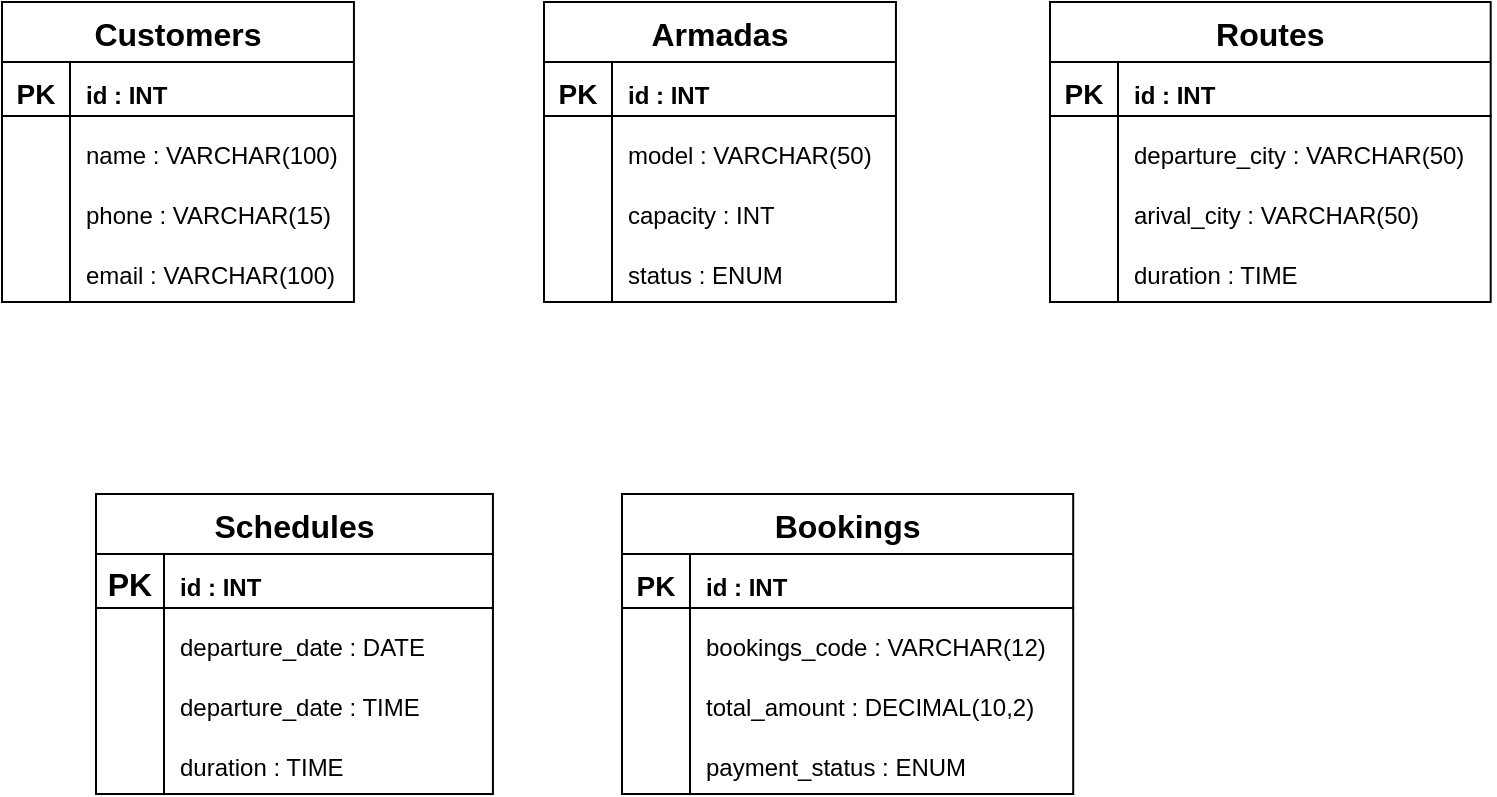
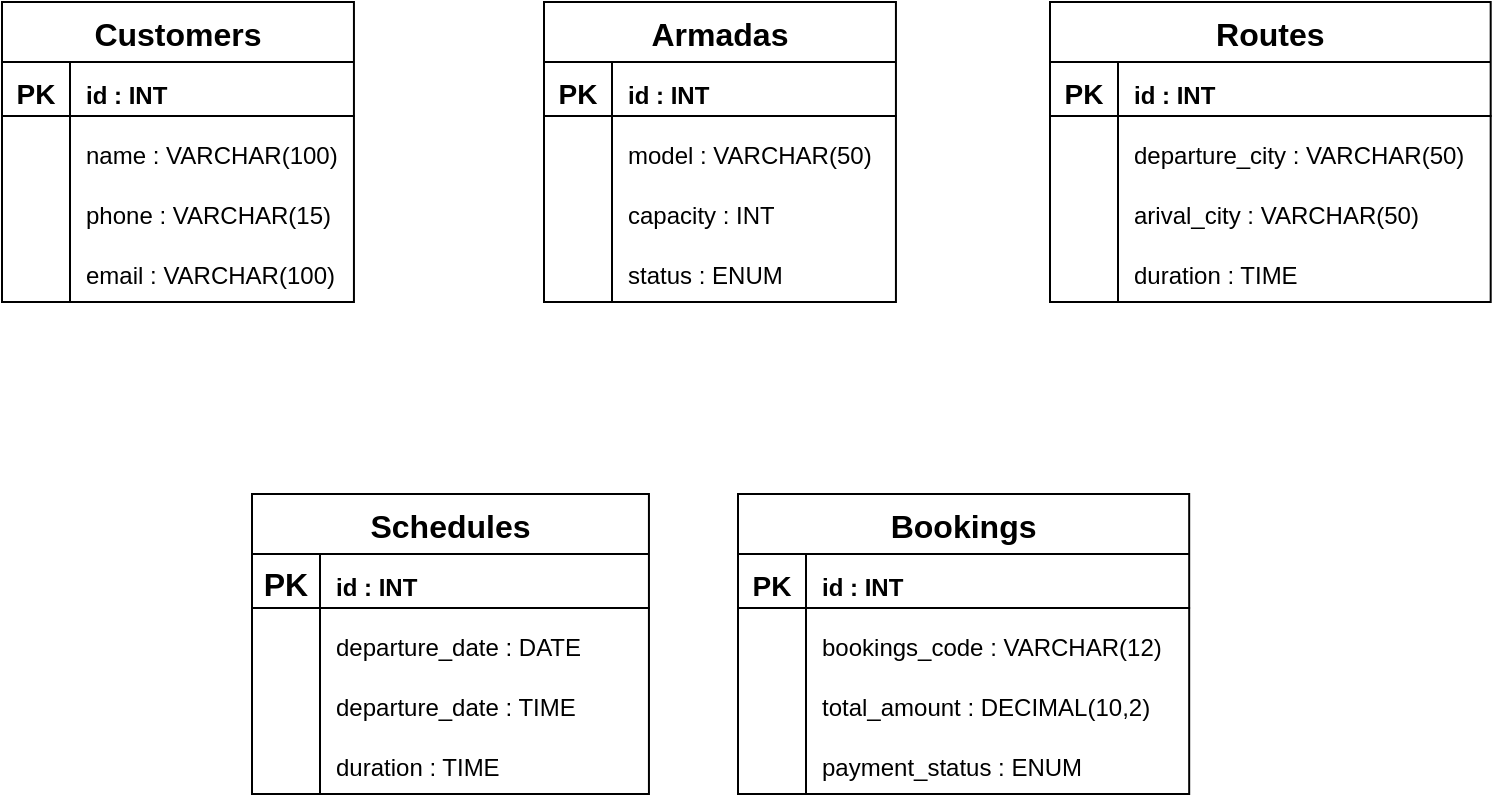
<mxfile host="Electron">
  <diagram name="Page-1" id="kJ8Mc6y_ZzB0DB1dgNBE">
-     <mxGraphModel dx="1019" dy="602" grid="0" gridSize="10" guides="1" tooltips="1" connect="1" arrows="1" fold="1" page="1" pageScale="1" pageWidth="1169" pageHeight="827" background="#ffffff" math="0" shadow="0">
+     <mxGraphModel dx="1747" dy="1031" grid="0" gridSize="10" guides="1" tooltips="1" connect="1" arrows="1" fold="1" page="1" pageScale="1" pageWidth="1169" pageHeight="827" background="#ffffff" math="0" shadow="0">
      <root>
        <mxCell id="0" />
        <mxCell id="1" parent="0" />
        <mxCell id="spA_d-TOyame6YQLWrdW-179" parent="1" style="shape=table;startSize=30;container=1;collapsible=0;childLayout=tableLayout;fixedRows=1;rowLines=0;fontStyle=1;strokeColor=#000000;fontSize=16;fontColor=#000000;fillColor=#FFFFFF;" value="Customers" vertex="1">
-           <mxGeometry height="150" width="175.9722609747027" x="104" y="78" as="geometry" />
+           <mxGeometry height="150" width="175.9722609747027" x="239" y="208" as="geometry" />
        </mxCell>
        <mxCell id="spA_d-TOyame6YQLWrdW-180" parent="spA_d-TOyame6YQLWrdW-179" style="shape=tableRow;horizontal=0;startSize=0;swimlaneHead=0;swimlaneBody=0;top=0;left=0;bottom=0;right=0;collapsible=0;dropTarget=0;fillColor=none;points=[[0,0.5],[1,0.5]];portConstraint=eastwest;strokeColor=inherit;fontSize=16;" value="" vertex="1">
          <mxGeometry height="30" width="175.9722609747027" y="30" as="geometry" />
        </mxCell>
        <mxCell id="spA_d-TOyame6YQLWrdW-181" parent="spA_d-TOyame6YQLWrdW-180" style="shape=partialRectangle;html=1;whiteSpace=wrap;connectable=0;fillColor=none;top=0;left=0;bottom=0;right=0;overflow=hidden;pointerEvents=1;strokeColor=#000000;fontSize=16;fontColor=#000000;" value="&lt;b&gt;&lt;font style=&quot;font-size: 14px;&quot;&gt;PK&lt;/font&gt;&lt;/b&gt;" vertex="1">
          <mxGeometry height="30" width="34" as="geometry">
            <mxRectangle height="30" width="34" as="alternateBounds" />
          </mxGeometry>
        </mxCell>
        <mxCell id="spA_d-TOyame6YQLWrdW-182" parent="spA_d-TOyame6YQLWrdW-180" style="shape=partialRectangle;html=1;whiteSpace=wrap;connectable=0;fillColor=none;top=0;left=0;bottom=0;right=0;align=left;spacingLeft=6;overflow=hidden;strokeColor=#000000;fontSize=16;fontColor=#000000;" value="&lt;font style=&quot;font-size: 12px;&quot;&gt;&lt;b&gt;id : INT&lt;/b&gt;&lt;/font&gt;" vertex="1">
          <mxGeometry height="30" width="142" x="34" as="geometry">
            <mxRectangle height="30" width="142" as="alternateBounds" />
          </mxGeometry>
        </mxCell>
        <mxCell id="spA_d-TOyame6YQLWrdW-183" parent="spA_d-TOyame6YQLWrdW-179" style="shape=tableRow;horizontal=0;startSize=0;swimlaneHead=0;swimlaneBody=0;top=0;left=0;bottom=0;right=0;collapsible=0;dropTarget=0;fillColor=none;points=[[0,0.5],[1,0.5]];portConstraint=eastwest;strokeColor=inherit;fontSize=16;" value="" vertex="1">
          <mxGeometry height="30" width="175.9722609747027" y="60" as="geometry" />
        </mxCell>
        <mxCell id="spA_d-TOyame6YQLWrdW-184" parent="spA_d-TOyame6YQLWrdW-183" style="shape=partialRectangle;html=1;whiteSpace=wrap;connectable=0;fillColor=none;top=0;left=0;bottom=0;right=0;overflow=hidden;strokeColor=inherit;fontSize=16;fontColor=#000000;" value="" vertex="1">
          <mxGeometry height="30" width="34" as="geometry">
            <mxRectangle height="30" width="34" as="alternateBounds" />
          </mxGeometry>
        </mxCell>
        <mxCell id="spA_d-TOyame6YQLWrdW-185" parent="spA_d-TOyame6YQLWrdW-183" style="shape=partialRectangle;html=1;whiteSpace=wrap;connectable=0;fillColor=none;top=0;left=0;bottom=0;right=0;align=left;spacingLeft=6;overflow=hidden;strokeColor=inherit;fontSize=16;fontColor=#000000;" value="&lt;span style=&quot;color: rgb(0, 0, 0); font-size: 12px;&quot;&gt;name :&amp;nbsp;&lt;/span&gt;&lt;span style=&quot;color: rgb(0, 0, 0); font-size: 12px; text-align: center;&quot;&gt;VARCHAR(100)&lt;/span&gt;" vertex="1">
          <mxGeometry height="30" width="142" x="34" as="geometry">
            <mxRectangle height="30" width="142" as="alternateBounds" />
          </mxGeometry>
        </mxCell>
        <mxCell id="spA_d-TOyame6YQLWrdW-186" parent="spA_d-TOyame6YQLWrdW-179" style="shape=tableRow;horizontal=0;startSize=0;swimlaneHead=0;swimlaneBody=0;top=0;left=0;bottom=0;right=0;collapsible=0;dropTarget=0;fillColor=none;points=[[0,0.5],[1,0.5]];portConstraint=eastwest;strokeColor=inherit;fontSize=16;" value="" vertex="1">
          <mxGeometry height="30" width="175.9722609747027" y="90" as="geometry" />
        </mxCell>
        <mxCell id="spA_d-TOyame6YQLWrdW-187" parent="spA_d-TOyame6YQLWrdW-186" style="shape=partialRectangle;html=1;whiteSpace=wrap;connectable=0;fillColor=none;top=0;left=0;bottom=0;right=0;overflow=hidden;strokeColor=inherit;fontSize=16;fontColor=#000000;" value="" vertex="1">
          <mxGeometry height="30" width="34" as="geometry">
            <mxRectangle height="30" width="34" as="alternateBounds" />
          </mxGeometry>
        </mxCell>
        <mxCell id="spA_d-TOyame6YQLWrdW-188" parent="spA_d-TOyame6YQLWrdW-186" style="shape=partialRectangle;html=1;whiteSpace=wrap;connectable=0;fillColor=none;top=0;left=0;bottom=0;right=0;align=left;spacingLeft=6;overflow=hidden;strokeColor=inherit;fontSize=16;fontColor=#000000;" value="&lt;span style=&quot;color: rgb(0, 0, 0); font-size: 12px;&quot;&gt;phone :&amp;nbsp;&lt;/span&gt;&lt;span style=&quot;color: rgb(0, 0, 0); font-size: 12px; text-align: center;&quot;&gt;VARCHAR(15)&lt;/span&gt;" vertex="1">
          <mxGeometry height="30" width="142" x="34" as="geometry">
            <mxRectangle height="30" width="142" as="alternateBounds" />
          </mxGeometry>
        </mxCell>
        <mxCell id="Xo8xpW6T9qOqPY2RvKqo-4" parent="spA_d-TOyame6YQLWrdW-179" style="shape=tableRow;horizontal=0;startSize=0;swimlaneHead=0;swimlaneBody=0;top=0;left=0;bottom=0;right=0;collapsible=0;dropTarget=0;fillColor=none;points=[[0,0.5],[1,0.5]];portConstraint=eastwest;strokeColor=inherit;fontSize=16;" value="" vertex="1">
          <mxGeometry height="30" width="175.9722609747027" y="120" as="geometry" />
        </mxCell>
        <mxCell id="Xo8xpW6T9qOqPY2RvKqo-5" parent="Xo8xpW6T9qOqPY2RvKqo-4" style="shape=partialRectangle;html=1;whiteSpace=wrap;connectable=0;fillColor=none;top=0;left=0;bottom=0;right=0;overflow=hidden;strokeColor=inherit;fontSize=16;fontColor=#000000;" value="" vertex="1">
          <mxGeometry height="30" width="34" as="geometry">
            <mxRectangle height="30" width="34" as="alternateBounds" />
          </mxGeometry>
        </mxCell>
        <mxCell id="Xo8xpW6T9qOqPY2RvKqo-6" parent="Xo8xpW6T9qOqPY2RvKqo-4" style="shape=partialRectangle;html=1;whiteSpace=wrap;connectable=0;fillColor=none;top=0;left=0;bottom=0;right=0;align=left;spacingLeft=6;overflow=hidden;strokeColor=inherit;fontSize=16;fontColor=#000000;" value="&lt;span style=&quot;color: rgb(0, 0, 0); font-size: 12px;&quot;&gt;email :&amp;nbsp;&lt;/span&gt;&lt;span style=&quot;color: rgb(0, 0, 0); font-size: 12px; text-align: center;&quot;&gt;VARCHAR(100)&lt;/span&gt;" vertex="1">
          <mxGeometry height="30" width="142" x="34" as="geometry">
            <mxRectangle height="30" width="142" as="alternateBounds" />
          </mxGeometry>
        </mxCell>
        <mxCell id="Xo8xpW6T9qOqPY2RvKqo-3" edge="1" parent="spA_d-TOyame6YQLWrdW-179" source="spA_d-TOyame6YQLWrdW-180" style="endArrow=none;html=1;rounded=0;strokeColor=#000000;entryX=1.002;entryY=0.898;entryDx=0;entryDy=0;entryPerimeter=0;exitX=0;exitY=0.9;exitDx=0;exitDy=0;exitPerimeter=0;" target="spA_d-TOyame6YQLWrdW-180" value="">
          <mxGeometry height="50" relative="1" width="50" as="geometry">
            <mxPoint x="72" y="102" as="sourcePoint" />
            <mxPoint x="122" y="52" as="targetPoint" />
          </mxGeometry>
        </mxCell>
        <mxCell id="Xo8xpW6T9qOqPY2RvKqo-7" parent="1" style="shape=table;startSize=30;container=1;collapsible=0;childLayout=tableLayout;fixedRows=1;rowLines=0;fontStyle=1;strokeColor=#000000;fontSize=16;fontColor=#000000;fillColor=#FFFFFF;" value="Armadas" vertex="1">
-           <mxGeometry height="150" width="175.9722609747027" x="375" y="78" as="geometry" />
+           <mxGeometry height="150" width="175.9722609747027" x="510" y="208" as="geometry" />
        </mxCell>
        <mxCell id="Xo8xpW6T9qOqPY2RvKqo-8" parent="Xo8xpW6T9qOqPY2RvKqo-7" style="shape=tableRow;horizontal=0;startSize=0;swimlaneHead=0;swimlaneBody=0;top=0;left=0;bottom=0;right=0;collapsible=0;dropTarget=0;fillColor=none;points=[[0,0.5],[1,0.5]];portConstraint=eastwest;strokeColor=inherit;fontSize=16;" value="" vertex="1">
          <mxGeometry height="30" width="175.9722609747027" y="30" as="geometry" />
        </mxCell>
        <mxCell id="Xo8xpW6T9qOqPY2RvKqo-9" parent="Xo8xpW6T9qOqPY2RvKqo-8" style="shape=partialRectangle;html=1;whiteSpace=wrap;connectable=0;fillColor=none;top=0;left=0;bottom=0;right=0;overflow=hidden;pointerEvents=1;strokeColor=#000000;fontSize=16;fontColor=#000000;" value="&lt;b&gt;&lt;font style=&quot;font-size: 14px;&quot;&gt;PK&lt;/font&gt;&lt;/b&gt;" vertex="1">
          <mxGeometry height="30" width="34" as="geometry">
            <mxRectangle height="30" width="34" as="alternateBounds" />
          </mxGeometry>
        </mxCell>
        <mxCell id="Xo8xpW6T9qOqPY2RvKqo-10" parent="Xo8xpW6T9qOqPY2RvKqo-8" style="shape=partialRectangle;html=1;whiteSpace=wrap;connectable=0;fillColor=none;top=0;left=0;bottom=0;right=0;align=left;spacingLeft=6;overflow=hidden;strokeColor=#000000;fontSize=16;fontColor=#000000;" value="&lt;font style=&quot;font-size: 12px;&quot;&gt;&lt;b&gt;id : INT&lt;/b&gt;&lt;/font&gt;" vertex="1">
          <mxGeometry height="30" width="142" x="34" as="geometry">
            <mxRectangle height="30" width="142" as="alternateBounds" />
          </mxGeometry>
        </mxCell>
        <mxCell id="Xo8xpW6T9qOqPY2RvKqo-11" parent="Xo8xpW6T9qOqPY2RvKqo-7" style="shape=tableRow;horizontal=0;startSize=0;swimlaneHead=0;swimlaneBody=0;top=0;left=0;bottom=0;right=0;collapsible=0;dropTarget=0;fillColor=none;points=[[0,0.5],[1,0.5]];portConstraint=eastwest;strokeColor=inherit;fontSize=16;" value="" vertex="1">
          <mxGeometry height="30" width="175.9722609747027" y="60" as="geometry" />
        </mxCell>
        <mxCell id="Xo8xpW6T9qOqPY2RvKqo-12" parent="Xo8xpW6T9qOqPY2RvKqo-11" style="shape=partialRectangle;html=1;whiteSpace=wrap;connectable=0;fillColor=none;top=0;left=0;bottom=0;right=0;overflow=hidden;strokeColor=inherit;fontSize=16;fontColor=#000000;" value="" vertex="1">
          <mxGeometry height="30" width="34" as="geometry">
            <mxRectangle height="30" width="34" as="alternateBounds" />
          </mxGeometry>
        </mxCell>
        <mxCell id="Xo8xpW6T9qOqPY2RvKqo-13" parent="Xo8xpW6T9qOqPY2RvKqo-11" style="shape=partialRectangle;html=1;whiteSpace=wrap;connectable=0;fillColor=none;top=0;left=0;bottom=0;right=0;align=left;spacingLeft=6;overflow=hidden;strokeColor=inherit;fontSize=16;fontColor=#000000;" value="&lt;font color=&quot;#000000&quot;&gt;&lt;span style=&quot;font-size: 12px;&quot;&gt;model : VARCHAR(50)&lt;/span&gt;&lt;/font&gt;" vertex="1">
          <mxGeometry height="30" width="142" x="34" as="geometry">
            <mxRectangle height="30" width="142" as="alternateBounds" />
          </mxGeometry>
        </mxCell>
        <mxCell id="Xo8xpW6T9qOqPY2RvKqo-14" parent="Xo8xpW6T9qOqPY2RvKqo-7" style="shape=tableRow;horizontal=0;startSize=0;swimlaneHead=0;swimlaneBody=0;top=0;left=0;bottom=0;right=0;collapsible=0;dropTarget=0;fillColor=none;points=[[0,0.5],[1,0.5]];portConstraint=eastwest;strokeColor=inherit;fontSize=16;" value="" vertex="1">
          <mxGeometry height="30" width="175.9722609747027" y="90" as="geometry" />
        </mxCell>
        <mxCell id="Xo8xpW6T9qOqPY2RvKqo-15" parent="Xo8xpW6T9qOqPY2RvKqo-14" style="shape=partialRectangle;html=1;whiteSpace=wrap;connectable=0;fillColor=none;top=0;left=0;bottom=0;right=0;overflow=hidden;strokeColor=inherit;fontSize=16;fontColor=#000000;" value="" vertex="1">
          <mxGeometry height="30" width="34" as="geometry">
            <mxRectangle height="30" width="34" as="alternateBounds" />
          </mxGeometry>
        </mxCell>
        <mxCell id="Xo8xpW6T9qOqPY2RvKqo-16" parent="Xo8xpW6T9qOqPY2RvKqo-14" style="shape=partialRectangle;html=1;whiteSpace=wrap;connectable=0;fillColor=none;top=0;left=0;bottom=0;right=0;align=left;spacingLeft=6;overflow=hidden;strokeColor=inherit;fontSize=16;fontColor=#000000;" value="&lt;div style=&quot;text-align: center;&quot;&gt;&lt;span style=&quot;color: rgb(0, 0, 0); font-size: 12px; background-color: transparent;&quot;&gt;capacity : INT&lt;/span&gt;&lt;/div&gt;" vertex="1">
          <mxGeometry height="30" width="142" x="34" as="geometry">
            <mxRectangle height="30" width="142" as="alternateBounds" />
          </mxGeometry>
        </mxCell>
        <mxCell id="Xo8xpW6T9qOqPY2RvKqo-17" parent="Xo8xpW6T9qOqPY2RvKqo-7" style="shape=tableRow;horizontal=0;startSize=0;swimlaneHead=0;swimlaneBody=0;top=0;left=0;bottom=0;right=0;collapsible=0;dropTarget=0;fillColor=none;points=[[0,0.5],[1,0.5]];portConstraint=eastwest;strokeColor=inherit;fontSize=16;" value="" vertex="1">
          <mxGeometry height="30" width="175.9722609747027" y="120" as="geometry" />
        </mxCell>
        <mxCell id="Xo8xpW6T9qOqPY2RvKqo-18" parent="Xo8xpW6T9qOqPY2RvKqo-17" style="shape=partialRectangle;html=1;whiteSpace=wrap;connectable=0;fillColor=none;top=0;left=0;bottom=0;right=0;overflow=hidden;strokeColor=inherit;fontSize=16;fontColor=#000000;" value="" vertex="1">
          <mxGeometry height="30" width="34" as="geometry">
            <mxRectangle height="30" width="34" as="alternateBounds" />
          </mxGeometry>
        </mxCell>
        <mxCell id="Xo8xpW6T9qOqPY2RvKqo-19" parent="Xo8xpW6T9qOqPY2RvKqo-17" style="shape=partialRectangle;html=1;whiteSpace=wrap;connectable=0;fillColor=none;top=0;left=0;bottom=0;right=0;align=left;spacingLeft=6;overflow=hidden;strokeColor=inherit;fontSize=16;fontColor=#000000;" value="&lt;span style=&quot;color: rgb(0, 0, 0); font-size: 12px;&quot;&gt;status :&amp;nbsp;&lt;/span&gt;&lt;span style=&quot;color: rgb(0, 0, 0); font-size: 12px; text-align: center;&quot;&gt;ENUM&lt;/span&gt;" vertex="1">
          <mxGeometry height="30" width="142" x="34" as="geometry">
            <mxRectangle height="30" width="142" as="alternateBounds" />
          </mxGeometry>
        </mxCell>
        <mxCell id="Xo8xpW6T9qOqPY2RvKqo-20" edge="1" parent="Xo8xpW6T9qOqPY2RvKqo-7" source="Xo8xpW6T9qOqPY2RvKqo-8" style="endArrow=none;html=1;rounded=0;strokeColor=#000000;entryX=1.002;entryY=0.898;entryDx=0;entryDy=0;entryPerimeter=0;exitX=0;exitY=0.9;exitDx=0;exitDy=0;exitPerimeter=0;" target="Xo8xpW6T9qOqPY2RvKqo-8" value="">
          <mxGeometry height="50" relative="1" width="50" as="geometry">
            <mxPoint x="72" y="102" as="sourcePoint" />
            <mxPoint x="122" y="52" as="targetPoint" />
          </mxGeometry>
        </mxCell>
        <mxCell id="Xo8xpW6T9qOqPY2RvKqo-21" parent="1" style="shape=table;startSize=30;container=1;collapsible=0;childLayout=tableLayout;fixedRows=1;rowLines=0;fontStyle=1;strokeColor=#000000;fontSize=16;fontColor=#000000;fillColor=#FFFFFF;" value="Routes" vertex="1">
-           <mxGeometry height="150" width="220.34746442522356" x="628" y="78" as="geometry" />
+           <mxGeometry height="150" width="220.34746442522356" x="763" y="208" as="geometry" />
        </mxCell>
        <mxCell id="Xo8xpW6T9qOqPY2RvKqo-22" parent="Xo8xpW6T9qOqPY2RvKqo-21" style="shape=tableRow;horizontal=0;startSize=0;swimlaneHead=0;swimlaneBody=0;top=0;left=0;bottom=0;right=0;collapsible=0;dropTarget=0;fillColor=none;points=[[0,0.5],[1,0.5]];portConstraint=eastwest;strokeColor=inherit;fontSize=16;" value="" vertex="1">
          <mxGeometry height="30" width="220.34746442522356" y="30" as="geometry" />
        </mxCell>
        <mxCell id="Xo8xpW6T9qOqPY2RvKqo-23" parent="Xo8xpW6T9qOqPY2RvKqo-22" style="shape=partialRectangle;html=1;whiteSpace=wrap;connectable=0;fillColor=none;top=0;left=0;bottom=0;right=0;overflow=hidden;pointerEvents=1;strokeColor=#000000;fontSize=16;fontColor=#000000;" value="&lt;b&gt;&lt;font style=&quot;font-size: 14px;&quot;&gt;PK&lt;/font&gt;&lt;/b&gt;" vertex="1">
          <mxGeometry height="30" width="34" as="geometry">
            <mxRectangle height="30" width="34" as="alternateBounds" />
          </mxGeometry>
        </mxCell>
        <mxCell id="Xo8xpW6T9qOqPY2RvKqo-24" parent="Xo8xpW6T9qOqPY2RvKqo-22" style="shape=partialRectangle;html=1;whiteSpace=wrap;connectable=0;fillColor=none;top=0;left=0;bottom=0;right=0;align=left;spacingLeft=6;overflow=hidden;strokeColor=#000000;fontSize=16;fontColor=#000000;" value="&lt;font style=&quot;font-size: 12px;&quot;&gt;&lt;b&gt;id : INT&lt;/b&gt;&lt;/font&gt;" vertex="1">
          <mxGeometry height="30" width="186" x="34" as="geometry">
            <mxRectangle height="30" width="186" as="alternateBounds" />
          </mxGeometry>
        </mxCell>
        <mxCell id="Xo8xpW6T9qOqPY2RvKqo-25" parent="Xo8xpW6T9qOqPY2RvKqo-21" style="shape=tableRow;horizontal=0;startSize=0;swimlaneHead=0;swimlaneBody=0;top=0;left=0;bottom=0;right=0;collapsible=0;dropTarget=0;fillColor=none;points=[[0,0.5],[1,0.5]];portConstraint=eastwest;strokeColor=inherit;fontSize=16;" value="" vertex="1">
          <mxGeometry height="30" width="220.34746442522356" y="60" as="geometry" />
        </mxCell>
        <mxCell id="Xo8xpW6T9qOqPY2RvKqo-26" parent="Xo8xpW6T9qOqPY2RvKqo-25" style="shape=partialRectangle;html=1;whiteSpace=wrap;connectable=0;fillColor=none;top=0;left=0;bottom=0;right=0;overflow=hidden;strokeColor=inherit;fontSize=16;fontColor=#000000;" value="" vertex="1">
          <mxGeometry height="30" width="34" as="geometry">
            <mxRectangle height="30" width="34" as="alternateBounds" />
          </mxGeometry>
        </mxCell>
        <mxCell id="Xo8xpW6T9qOqPY2RvKqo-27" parent="Xo8xpW6T9qOqPY2RvKqo-25" style="shape=partialRectangle;html=1;whiteSpace=wrap;connectable=0;fillColor=none;top=0;left=0;bottom=0;right=0;align=left;spacingLeft=6;overflow=hidden;strokeColor=inherit;fontSize=16;fontColor=#000000;" value="&lt;font color=&quot;#000000&quot;&gt;&lt;span style=&quot;font-size: 12px;&quot;&gt;departure_city : VARCHAR(50)&lt;/span&gt;&lt;/font&gt;" vertex="1">
          <mxGeometry height="30" width="186" x="34" as="geometry">
            <mxRectangle height="30" width="186" as="alternateBounds" />
          </mxGeometry>
        </mxCell>
        <mxCell id="Xo8xpW6T9qOqPY2RvKqo-28" parent="Xo8xpW6T9qOqPY2RvKqo-21" style="shape=tableRow;horizontal=0;startSize=0;swimlaneHead=0;swimlaneBody=0;top=0;left=0;bottom=0;right=0;collapsible=0;dropTarget=0;fillColor=none;points=[[0,0.5],[1,0.5]];portConstraint=eastwest;strokeColor=inherit;fontSize=16;" value="" vertex="1">
          <mxGeometry height="30" width="220.34746442522356" y="90" as="geometry" />
        </mxCell>
        <mxCell id="Xo8xpW6T9qOqPY2RvKqo-29" parent="Xo8xpW6T9qOqPY2RvKqo-28" style="shape=partialRectangle;html=1;whiteSpace=wrap;connectable=0;fillColor=none;top=0;left=0;bottom=0;right=0;overflow=hidden;strokeColor=inherit;fontSize=16;fontColor=#000000;" value="" vertex="1">
          <mxGeometry height="30" width="34" as="geometry">
            <mxRectangle height="30" width="34" as="alternateBounds" />
          </mxGeometry>
        </mxCell>
        <mxCell id="Xo8xpW6T9qOqPY2RvKqo-30" parent="Xo8xpW6T9qOqPY2RvKqo-28" style="shape=partialRectangle;html=1;whiteSpace=wrap;connectable=0;fillColor=none;top=0;left=0;bottom=0;right=0;align=left;spacingLeft=6;overflow=hidden;strokeColor=inherit;fontSize=16;fontColor=#000000;" value="&lt;div style=&quot;text-align: center;&quot;&gt;&lt;span style=&quot;color: rgb(0, 0, 0); font-size: 12px; background-color: transparent;&quot;&gt;arival_city : VARCHAR(50)&lt;/span&gt;&lt;/div&gt;" vertex="1">
          <mxGeometry height="30" width="186" x="34" as="geometry">
            <mxRectangle height="30" width="186" as="alternateBounds" />
          </mxGeometry>
        </mxCell>
        <mxCell id="Xo8xpW6T9qOqPY2RvKqo-31" parent="Xo8xpW6T9qOqPY2RvKqo-21" style="shape=tableRow;horizontal=0;startSize=0;swimlaneHead=0;swimlaneBody=0;top=0;left=0;bottom=0;right=0;collapsible=0;dropTarget=0;fillColor=none;points=[[0,0.5],[1,0.5]];portConstraint=eastwest;strokeColor=inherit;fontSize=16;" value="" vertex="1">
          <mxGeometry height="30" width="220.34746442522356" y="120" as="geometry" />
        </mxCell>
        <mxCell id="Xo8xpW6T9qOqPY2RvKqo-32" parent="Xo8xpW6T9qOqPY2RvKqo-31" style="shape=partialRectangle;html=1;whiteSpace=wrap;connectable=0;fillColor=none;top=0;left=0;bottom=0;right=0;overflow=hidden;strokeColor=inherit;fontSize=16;fontColor=#000000;" value="" vertex="1">
          <mxGeometry height="30" width="34" as="geometry">
            <mxRectangle height="30" width="34" as="alternateBounds" />
          </mxGeometry>
        </mxCell>
        <mxCell id="Xo8xpW6T9qOqPY2RvKqo-33" parent="Xo8xpW6T9qOqPY2RvKqo-31" style="shape=partialRectangle;html=1;whiteSpace=wrap;connectable=0;fillColor=none;top=0;left=0;bottom=0;right=0;align=left;spacingLeft=6;overflow=hidden;strokeColor=inherit;fontSize=16;fontColor=#000000;" value="&lt;div style=&quot;text-align: center;&quot;&gt;&lt;span style=&quot;color: rgb(0, 0, 0); font-size: 12px; background-color: transparent;&quot;&gt;duration : TIME&lt;/span&gt;&lt;/div&gt;" vertex="1">
          <mxGeometry height="30" width="186" x="34" as="geometry">
            <mxRectangle height="30" width="186" as="alternateBounds" />
          </mxGeometry>
        </mxCell>
        <mxCell id="Xo8xpW6T9qOqPY2RvKqo-34" edge="1" parent="Xo8xpW6T9qOqPY2RvKqo-21" source="Xo8xpW6T9qOqPY2RvKqo-22" style="endArrow=none;html=1;rounded=0;strokeColor=#000000;entryX=1.002;entryY=0.898;entryDx=0;entryDy=0;entryPerimeter=0;exitX=0;exitY=0.9;exitDx=0;exitDy=0;exitPerimeter=0;" target="Xo8xpW6T9qOqPY2RvKqo-22" value="">
          <mxGeometry height="50" relative="1" width="50" as="geometry">
            <mxPoint x="72" y="102" as="sourcePoint" />
            <mxPoint x="122" y="52" as="targetPoint" />
          </mxGeometry>
        </mxCell>
        <mxCell id="Xo8xpW6T9qOqPY2RvKqo-49" parent="1" style="shape=table;startSize=30;container=1;collapsible=0;childLayout=tableLayout;fixedRows=1;rowLines=0;fontStyle=1;strokeColor=#000000;fontSize=16;fontColor=#000000;fillColor=#FFFFFF;" value="Schedules" vertex="1">
-           <mxGeometry height="150" width="198.47246442522373" x="151" y="324" as="geometry" />
+           <mxGeometry height="150" width="198.47246442522373" x="364" y="454" as="geometry" />
        </mxCell>
        <mxCell id="Xo8xpW6T9qOqPY2RvKqo-50" parent="Xo8xpW6T9qOqPY2RvKqo-49" style="shape=tableRow;horizontal=0;startSize=0;swimlaneHead=0;swimlaneBody=0;top=0;left=0;bottom=0;right=0;collapsible=0;dropTarget=0;fillColor=none;points=[[0,0.5],[1,0.5]];portConstraint=eastwest;strokeColor=inherit;fontSize=16;" value="" vertex="1">
          <mxGeometry height="30" width="198.47246442522373" y="30" as="geometry" />
        </mxCell>
        <mxCell id="Xo8xpW6T9qOqPY2RvKqo-51" parent="Xo8xpW6T9qOqPY2RvKqo-50" style="shape=partialRectangle;html=1;whiteSpace=wrap;connectable=0;fillColor=none;top=0;left=0;bottom=0;right=0;overflow=hidden;pointerEvents=1;strokeColor=#000000;fontSize=16;fontColor=#000000;" value="&lt;b&gt;PK&lt;/b&gt;" vertex="1">
          <mxGeometry height="30" width="34" as="geometry">
            <mxRectangle height="30" width="34" as="alternateBounds" />
          </mxGeometry>
        </mxCell>
        <mxCell id="Xo8xpW6T9qOqPY2RvKqo-52" parent="Xo8xpW6T9qOqPY2RvKqo-50" style="shape=partialRectangle;html=1;whiteSpace=wrap;connectable=0;fillColor=none;top=0;left=0;bottom=0;right=0;align=left;spacingLeft=6;overflow=hidden;strokeColor=#000000;fontSize=16;fontColor=#000000;" value="&lt;font style=&quot;font-size: 12px;&quot;&gt;&lt;b&gt;id : INT&lt;/b&gt;&lt;/font&gt;" vertex="1">
          <mxGeometry height="30" width="164" x="34" as="geometry">
            <mxRectangle height="30" width="164" as="alternateBounds" />
          </mxGeometry>
        </mxCell>
        <mxCell id="Xo8xpW6T9qOqPY2RvKqo-53" parent="Xo8xpW6T9qOqPY2RvKqo-49" style="shape=tableRow;horizontal=0;startSize=0;swimlaneHead=0;swimlaneBody=0;top=0;left=0;bottom=0;right=0;collapsible=0;dropTarget=0;fillColor=none;points=[[0,0.5],[1,0.5]];portConstraint=eastwest;strokeColor=inherit;fontSize=16;" value="" vertex="1">
          <mxGeometry height="30" width="198.47246442522373" y="60" as="geometry" />
        </mxCell>
        <mxCell id="Xo8xpW6T9qOqPY2RvKqo-54" parent="Xo8xpW6T9qOqPY2RvKqo-53" style="shape=partialRectangle;html=1;whiteSpace=wrap;connectable=0;fillColor=none;top=0;left=0;bottom=0;right=0;overflow=hidden;strokeColor=inherit;fontSize=16;fontColor=#000000;" value="" vertex="1">
          <mxGeometry height="30" width="34" as="geometry">
            <mxRectangle height="30" width="34" as="alternateBounds" />
          </mxGeometry>
        </mxCell>
        <mxCell id="Xo8xpW6T9qOqPY2RvKqo-55" parent="Xo8xpW6T9qOqPY2RvKqo-53" style="shape=partialRectangle;html=1;whiteSpace=wrap;connectable=0;fillColor=none;top=0;left=0;bottom=0;right=0;align=left;spacingLeft=6;overflow=hidden;strokeColor=inherit;fontSize=16;fontColor=#000000;" value="&lt;font color=&quot;#000000&quot;&gt;&lt;span style=&quot;font-size: 12px;&quot;&gt;departure_date : DATE&lt;/span&gt;&lt;/font&gt;" vertex="1">
          <mxGeometry height="30" width="164" x="34" as="geometry">
            <mxRectangle height="30" width="164" as="alternateBounds" />
          </mxGeometry>
        </mxCell>
        <mxCell id="Xo8xpW6T9qOqPY2RvKqo-56" parent="Xo8xpW6T9qOqPY2RvKqo-49" style="shape=tableRow;horizontal=0;startSize=0;swimlaneHead=0;swimlaneBody=0;top=0;left=0;bottom=0;right=0;collapsible=0;dropTarget=0;fillColor=none;points=[[0,0.5],[1,0.5]];portConstraint=eastwest;strokeColor=inherit;fontSize=16;" value="" vertex="1">
          <mxGeometry height="30" width="198.47246442522373" y="90" as="geometry" />
        </mxCell>
        <mxCell id="Xo8xpW6T9qOqPY2RvKqo-57" parent="Xo8xpW6T9qOqPY2RvKqo-56" style="shape=partialRectangle;html=1;whiteSpace=wrap;connectable=0;fillColor=none;top=0;left=0;bottom=0;right=0;overflow=hidden;strokeColor=inherit;fontSize=16;fontColor=#000000;" value="" vertex="1">
          <mxGeometry height="30" width="34" as="geometry">
            <mxRectangle height="30" width="34" as="alternateBounds" />
          </mxGeometry>
        </mxCell>
        <mxCell id="Xo8xpW6T9qOqPY2RvKqo-58" parent="Xo8xpW6T9qOqPY2RvKqo-56" style="shape=partialRectangle;html=1;whiteSpace=wrap;connectable=0;fillColor=none;top=0;left=0;bottom=0;right=0;align=left;spacingLeft=6;overflow=hidden;strokeColor=inherit;fontSize=16;fontColor=#000000;" value="&lt;div style=&quot;text-align: center;&quot;&gt;&lt;span style=&quot;color: rgb(0, 0, 0); font-size: 12px; background-color: transparent;&quot;&gt;&lt;span style=&quot;background-color: transparent; text-align: left;&quot;&gt;departure_date&lt;/span&gt;&amp;nbsp;: TIME&lt;/span&gt;&lt;/div&gt;" vertex="1">
          <mxGeometry height="30" width="164" x="34" as="geometry">
            <mxRectangle height="30" width="164" as="alternateBounds" />
          </mxGeometry>
        </mxCell>
        <mxCell id="Xo8xpW6T9qOqPY2RvKqo-59" parent="Xo8xpW6T9qOqPY2RvKqo-49" style="shape=tableRow;horizontal=0;startSize=0;swimlaneHead=0;swimlaneBody=0;top=0;left=0;bottom=0;right=0;collapsible=0;dropTarget=0;fillColor=none;points=[[0,0.5],[1,0.5]];portConstraint=eastwest;strokeColor=inherit;fontSize=16;" value="" vertex="1">
          <mxGeometry height="30" width="198.47246442522373" y="120" as="geometry" />
        </mxCell>
        <mxCell id="Xo8xpW6T9qOqPY2RvKqo-60" parent="Xo8xpW6T9qOqPY2RvKqo-59" style="shape=partialRectangle;html=1;whiteSpace=wrap;connectable=0;fillColor=none;top=0;left=0;bottom=0;right=0;overflow=hidden;strokeColor=inherit;fontSize=16;fontColor=#000000;" value="" vertex="1">
          <mxGeometry height="30" width="34" as="geometry">
            <mxRectangle height="30" width="34" as="alternateBounds" />
          </mxGeometry>
        </mxCell>
        <mxCell id="Xo8xpW6T9qOqPY2RvKqo-61" parent="Xo8xpW6T9qOqPY2RvKqo-59" style="shape=partialRectangle;html=1;whiteSpace=wrap;connectable=0;fillColor=none;top=0;left=0;bottom=0;right=0;align=left;spacingLeft=6;overflow=hidden;strokeColor=inherit;fontSize=16;fontColor=#000000;" value="&lt;div style=&quot;text-align: center;&quot;&gt;&lt;span style=&quot;color: rgb(0, 0, 0); font-size: 12px; background-color: transparent;&quot;&gt;duration : TIME&lt;/span&gt;&lt;/div&gt;" vertex="1">
          <mxGeometry height="30" width="164" x="34" as="geometry">
            <mxRectangle height="30" width="164" as="alternateBounds" />
          </mxGeometry>
        </mxCell>
        <mxCell id="Xo8xpW6T9qOqPY2RvKqo-62" edge="1" parent="Xo8xpW6T9qOqPY2RvKqo-49" source="Xo8xpW6T9qOqPY2RvKqo-50" style="endArrow=none;html=1;rounded=0;strokeColor=#000000;entryX=1.002;entryY=0.898;entryDx=0;entryDy=0;entryPerimeter=0;exitX=0;exitY=0.9;exitDx=0;exitDy=0;exitPerimeter=0;" target="Xo8xpW6T9qOqPY2RvKqo-50" value="">
          <mxGeometry height="50" relative="1" width="50" as="geometry">
            <mxPoint x="72" y="102" as="sourcePoint" />
            <mxPoint x="122" y="52" as="targetPoint" />
          </mxGeometry>
        </mxCell>
        <mxCell id="Xo8xpW6T9qOqPY2RvKqo-63" parent="1" style="shape=table;startSize=30;container=1;collapsible=0;childLayout=tableLayout;fixedRows=1;rowLines=0;fontStyle=1;strokeColor=#000000;fontSize=16;fontColor=#000000;fillColor=#FFFFFF;" value="Bookings" vertex="1">
-           <mxGeometry height="150" width="225.59746442522385" x="414" y="324" as="geometry" />
+           <mxGeometry height="150" width="225.59746442522385" x="607" y="454" as="geometry" />
        </mxCell>
        <mxCell id="Xo8xpW6T9qOqPY2RvKqo-64" parent="Xo8xpW6T9qOqPY2RvKqo-63" style="shape=tableRow;horizontal=0;startSize=0;swimlaneHead=0;swimlaneBody=0;top=0;left=0;bottom=0;right=0;collapsible=0;dropTarget=0;fillColor=none;points=[[0,0.5],[1,0.5]];portConstraint=eastwest;strokeColor=inherit;fontSize=16;" value="" vertex="1">
          <mxGeometry height="30" width="225.59746442522385" y="30" as="geometry" />
        </mxCell>
        <mxCell id="Xo8xpW6T9qOqPY2RvKqo-65" parent="Xo8xpW6T9qOqPY2RvKqo-64" style="shape=partialRectangle;html=1;whiteSpace=wrap;connectable=0;fillColor=none;top=0;left=0;bottom=0;right=0;overflow=hidden;pointerEvents=1;strokeColor=#000000;fontSize=16;fontColor=#000000;" value="&lt;b&gt;&lt;font style=&quot;font-size: 14px;&quot;&gt;PK&lt;/font&gt;&lt;/b&gt;" vertex="1">
          <mxGeometry height="30" width="34" as="geometry">
            <mxRectangle height="30" width="34" as="alternateBounds" />
          </mxGeometry>
        </mxCell>
        <mxCell id="Xo8xpW6T9qOqPY2RvKqo-66" parent="Xo8xpW6T9qOqPY2RvKqo-64" style="shape=partialRectangle;html=1;whiteSpace=wrap;connectable=0;fillColor=none;top=0;left=0;bottom=0;right=0;align=left;spacingLeft=6;overflow=hidden;strokeColor=#000000;fontSize=16;fontColor=#000000;" value="&lt;font style=&quot;font-size: 12px;&quot;&gt;&lt;b&gt;id : INT&lt;/b&gt;&lt;/font&gt;" vertex="1">
          <mxGeometry height="30" width="192" x="34" as="geometry">
            <mxRectangle height="30" width="192" as="alternateBounds" />
          </mxGeometry>
        </mxCell>
        <mxCell id="Xo8xpW6T9qOqPY2RvKqo-67" parent="Xo8xpW6T9qOqPY2RvKqo-63" style="shape=tableRow;horizontal=0;startSize=0;swimlaneHead=0;swimlaneBody=0;top=0;left=0;bottom=0;right=0;collapsible=0;dropTarget=0;fillColor=none;points=[[0,0.5],[1,0.5]];portConstraint=eastwest;strokeColor=inherit;fontSize=16;" value="" vertex="1">
          <mxGeometry height="30" width="225.59746442522385" y="60" as="geometry" />
        </mxCell>
        <mxCell id="Xo8xpW6T9qOqPY2RvKqo-68" parent="Xo8xpW6T9qOqPY2RvKqo-67" style="shape=partialRectangle;html=1;whiteSpace=wrap;connectable=0;fillColor=none;top=0;left=0;bottom=0;right=0;overflow=hidden;strokeColor=inherit;fontSize=16;fontColor=#000000;" value="" vertex="1">
          <mxGeometry height="30" width="34" as="geometry">
            <mxRectangle height="30" width="34" as="alternateBounds" />
          </mxGeometry>
        </mxCell>
        <mxCell id="Xo8xpW6T9qOqPY2RvKqo-69" parent="Xo8xpW6T9qOqPY2RvKqo-67" style="shape=partialRectangle;html=1;whiteSpace=wrap;connectable=0;fillColor=none;top=0;left=0;bottom=0;right=0;align=left;spacingLeft=6;overflow=hidden;strokeColor=inherit;fontSize=16;fontColor=#000000;" value="&lt;font color=&quot;#000000&quot;&gt;&lt;span style=&quot;font-size: 12px;&quot;&gt;bookings_code : VARCHAR(12)&lt;/span&gt;&lt;/font&gt;" vertex="1">
          <mxGeometry height="30" width="192" x="34" as="geometry">
            <mxRectangle height="30" width="192" as="alternateBounds" />
          </mxGeometry>
        </mxCell>
        <mxCell id="Xo8xpW6T9qOqPY2RvKqo-70" parent="Xo8xpW6T9qOqPY2RvKqo-63" style="shape=tableRow;horizontal=0;startSize=0;swimlaneHead=0;swimlaneBody=0;top=0;left=0;bottom=0;right=0;collapsible=0;dropTarget=0;fillColor=none;points=[[0,0.5],[1,0.5]];portConstraint=eastwest;strokeColor=inherit;fontSize=16;" value="" vertex="1">
          <mxGeometry height="30" width="225.59746442522385" y="90" as="geometry" />
        </mxCell>
        <mxCell id="Xo8xpW6T9qOqPY2RvKqo-71" parent="Xo8xpW6T9qOqPY2RvKqo-70" style="shape=partialRectangle;html=1;whiteSpace=wrap;connectable=0;fillColor=none;top=0;left=0;bottom=0;right=0;overflow=hidden;strokeColor=inherit;fontSize=16;fontColor=#000000;" value="" vertex="1">
          <mxGeometry height="30" width="34" as="geometry">
            <mxRectangle height="30" width="34" as="alternateBounds" />
          </mxGeometry>
        </mxCell>
        <mxCell id="Xo8xpW6T9qOqPY2RvKqo-72" parent="Xo8xpW6T9qOqPY2RvKqo-70" style="shape=partialRectangle;html=1;whiteSpace=wrap;connectable=0;fillColor=none;top=0;left=0;bottom=0;right=0;align=left;spacingLeft=6;overflow=hidden;strokeColor=inherit;fontSize=16;fontColor=#000000;" value="&lt;div style=&quot;text-align: left;&quot;&gt;&lt;span style=&quot;color: rgb(0, 0, 0); font-size: 12px; background-color: transparent;&quot;&gt;total_amount : DECIMAL(10,2)&lt;/span&gt;&lt;/div&gt;" vertex="1">
          <mxGeometry height="30" width="192" x="34" as="geometry">
            <mxRectangle height="30" width="192" as="alternateBounds" />
          </mxGeometry>
        </mxCell>
        <mxCell id="Xo8xpW6T9qOqPY2RvKqo-73" parent="Xo8xpW6T9qOqPY2RvKqo-63" style="shape=tableRow;horizontal=0;startSize=0;swimlaneHead=0;swimlaneBody=0;top=0;left=0;bottom=0;right=0;collapsible=0;dropTarget=0;fillColor=none;points=[[0,0.5],[1,0.5]];portConstraint=eastwest;strokeColor=inherit;fontSize=16;" value="" vertex="1">
          <mxGeometry height="30" width="225.59746442522385" y="120" as="geometry" />
        </mxCell>
        <mxCell id="Xo8xpW6T9qOqPY2RvKqo-74" parent="Xo8xpW6T9qOqPY2RvKqo-73" style="shape=partialRectangle;html=1;whiteSpace=wrap;connectable=0;fillColor=none;top=0;left=0;bottom=0;right=0;overflow=hidden;strokeColor=inherit;fontSize=16;fontColor=#000000;" value="" vertex="1">
          <mxGeometry height="30" width="34" as="geometry">
            <mxRectangle height="30" width="34" as="alternateBounds" />
          </mxGeometry>
        </mxCell>
        <mxCell id="Xo8xpW6T9qOqPY2RvKqo-75" parent="Xo8xpW6T9qOqPY2RvKqo-73" style="shape=partialRectangle;html=1;whiteSpace=wrap;connectable=0;fillColor=none;top=0;left=0;bottom=0;right=0;align=left;spacingLeft=6;overflow=hidden;strokeColor=inherit;fontSize=16;fontColor=#000000;" value="&lt;div style=&quot;text-align: center;&quot;&gt;&lt;span style=&quot;color: rgb(0, 0, 0); font-size: 12px; background-color: transparent;&quot;&gt;payment_status : ENUM&lt;/span&gt;&lt;/div&gt;" vertex="1">
          <mxGeometry height="30" width="192" x="34" as="geometry">
            <mxRectangle height="30" width="192" as="alternateBounds" />
          </mxGeometry>
        </mxCell>
        <mxCell id="Xo8xpW6T9qOqPY2RvKqo-76" edge="1" parent="Xo8xpW6T9qOqPY2RvKqo-63" source="Xo8xpW6T9qOqPY2RvKqo-64" style="endArrow=none;html=1;rounded=0;strokeColor=#000000;entryX=1.002;entryY=0.898;entryDx=0;entryDy=0;entryPerimeter=0;exitX=0;exitY=0.9;exitDx=0;exitDy=0;exitPerimeter=0;" target="Xo8xpW6T9qOqPY2RvKqo-64" value="">
          <mxGeometry height="50" relative="1" width="50" as="geometry">
            <mxPoint x="72" y="102" as="sourcePoint" />
            <mxPoint x="122" y="52" as="targetPoint" />
          </mxGeometry>
        </mxCell>
      </root>
    </mxGraphModel>
  </diagram>
</mxfile>
